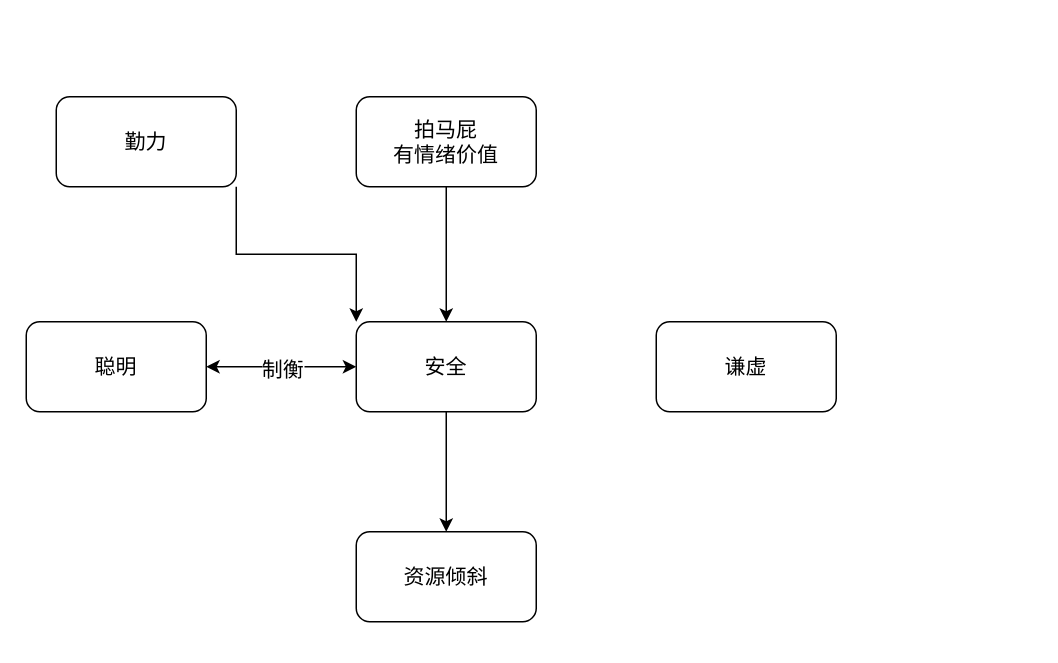
This is page "第 2 页" (2 of 2) of note.drawio from Allen9797/WorkZone, a draw.io file, before an edit. Source tidied: cells renumbered, new cells numbered last; positions are measured from the earlier drawing's top-left corner, leaving out a move shared by most shapes. Both pictures are drawn from the tidied source at 150%, with x=0, y=0 at pixel (26, 96).
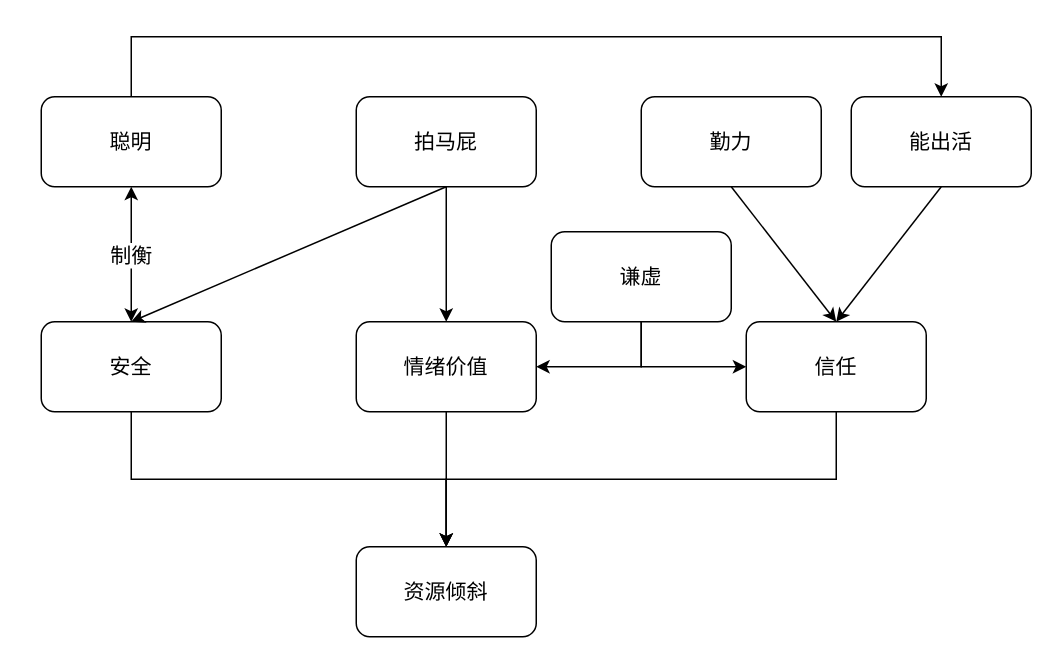
The same diagram, later.

Diff of the diagram source:
```diff
@@
-    <mxCell id="2" style="edgeStyle=orthogonalEdgeStyle;rounded=0;jettySize=auto;html=1;exitX=1;exitY=1;exitDx=0;exitDy=0;entryX=0;entryY=0;entryDx=0;entryDy=0;fontSize=14;" parent="1" edge="1" source="3" target="8">
-      <mxGeometry relative="1" as="geometry" />
-    </mxCell>
+    <mxCell id="13" style="rounded=0;jettySize=auto;html=1;exitX=0.5;exitY=1;exitDx=0;exitDy=0;entryX=0.5;entryY=0;entryDx=0;entryDy=0;" parent="1" edge="1" source="3" target="23">
+      <mxGeometry relative="1" as="geometry" />
+    </mxCell>
     <mxCell id="3" value="勤力" style="rounded=1;whiteSpace=wrap;html=1;fontSize=14;" parent="1" vertex="1">
-      <mxGeometry x="20" width="120" height="60" as="geometry" />
+      <mxGeometry x="410" width="120" height="60" as="geometry" />
     </mxCell>
-    <mxCell id="4" style="edgeStyle=orthogonalEdgeStyle;rounded=0;jettySize=auto;html=1;exitX=1;exitY=0.5;exitDx=0;exitDy=0;entryX=0;entryY=0.5;entryDx=0;entryDy=0;startArrow=classic;startFill=1;fontSize=14;" parent="1" edge="1" source="6" target="8">
+    <mxCell id="4" style="edgeStyle=orthogonalEdgeStyle;rounded=0;jettySize=auto;html=1;exitX=0.5;exitY=1;exitDx=0;exitDy=0;entryX=0.5;entryY=0;entryDx=0;entryDy=0;startArrow=classic;startFill=1;fontSize=14;" parent="1" edge="1" source="6" target="8">
       <mxGeometry relative="1" as="geometry" />
     </mxCell>
@@
+    <mxCell id="14" style="edgeStyle=orthogonalEdgeStyle;rounded=0;jettySize=auto;html=1;exitX=0.5;exitY=0;exitDx=0;exitDy=0;entryX=0.5;entryY=0;entryDx=0;entryDy=0;" parent="1" edge="1" source="6" target="21">
+      <mxGeometry relative="1" as="geometry">
+        <Array as="points">
+          <mxPoint x="70" y="-40" />
+          <mxPoint x="610" y="-40" />
+        </Array>
+      </mxGeometry>
+    </mxCell>
     <mxCell id="6" value="聪明" style="rounded=1;whiteSpace=wrap;html=1;fontSize=14;" parent="1" vertex="1">
-      <mxGeometry y="150" width="120" height="60" as="geometry" />
+      <mxGeometry x="10" width="120" height="60" as="geometry" />
     </mxCell>
@@
     <mxCell id="8" value="安全" style="rounded=1;whiteSpace=wrap;html=1;fontSize=14;" parent="1" vertex="1">
-      <mxGeometry x="220" y="150" width="120" height="60" as="geometry" />
+      <mxGeometry x="10" y="150" width="120" height="60" as="geometry" />
     </mxCell>
-    <mxCell id="9" style="edgeStyle=orthogonalEdgeStyle;rounded=0;jettySize=auto;html=1;exitX=0.5;exitY=1;exitDx=0;exitDy=0;entryX=0.5;entryY=0;entryDx=0;entryDy=0;fontSize=14;" parent="1" edge="1" source="10" target="8">
+    <mxCell id="9" style="edgeStyle=orthogonalEdgeStyle;rounded=0;jettySize=auto;html=1;exitX=0.5;exitY=1;exitDx=0;exitDy=0;fontSize=14;entryX=0.5;entryY=0;entryDx=0;entryDy=0;" parent="1" edge="1" source="10" target="19">
       <mxGeometry relative="1" as="geometry" />
     </mxCell>
+    <mxCell id="15" style="rounded=0;jettySize=auto;html=1;exitX=0.5;exitY=1;exitDx=0;exitDy=0;entryX=0.5;entryY=0;entryDx=0;entryDy=0;" parent="1" edge="1" source="10" target="8">
+      <mxGeometry relative="1" as="geometry" />
+    </mxCell>
-    <mxCell id="10" value="拍马屁&lt;br style=&quot;font-size: 14px;&quot;&gt;有情绪价值" style="rounded=1;whiteSpace=wrap;html=1;fontSize=14;" parent="1" vertex="1">
+    <mxCell id="10" value="拍马屁" style="rounded=1;whiteSpace=wrap;html=1;fontSize=14;" parent="1" vertex="1">
       <mxGeometry x="220" width="120" height="60" as="geometry" />
     </mxCell>
+    <mxCell id="16" style="edgeStyle=orthogonalEdgeStyle;rounded=0;jettySize=auto;html=1;exitX=0.5;exitY=1;exitDx=0;exitDy=0;entryX=1;entryY=0.5;entryDx=0;entryDy=0;" parent="1" edge="1" source="11" target="19">
+      <mxGeometry relative="1" as="geometry" />
+    </mxCell>
+    <mxCell id="17" style="edgeStyle=orthogonalEdgeStyle;rounded=0;jettySize=auto;html=1;exitX=0.5;exitY=1;exitDx=0;exitDy=0;entryX=0;entryY=0.5;entryDx=0;entryDy=0;" parent="1" edge="1" source="11" target="23">
+      <mxGeometry relative="1" as="geometry" />
+    </mxCell>
     <mxCell id="11" value="谦虚" style="rounded=1;whiteSpace=wrap;html=1;fontSize=14;" parent="1" vertex="1">
-      <mxGeometry x="420" y="150" width="120" height="60" as="geometry" />
+      <mxGeometry x="350" y="90" width="120" height="60" as="geometry" />
     </mxCell>
     <mxCell id="12" value="资源倾斜" style="rounded=1;whiteSpace=wrap;html=1;fontSize=14;" parent="1" vertex="1">
-      <mxGeometry x="220" y="290" width="120" height="60" as="geometry" />
+      <mxGeometry x="220" y="300" width="120" height="60" as="geometry" />
     </mxCell>
+    <mxCell id="18" style="edgeStyle=orthogonalEdgeStyle;rounded=0;jettySize=auto;html=1;exitX=0.5;exitY=1;exitDx=0;exitDy=0;entryX=0.5;entryY=0;entryDx=0;entryDy=0;" parent="1" edge="1" source="19" target="12">
+      <mxGeometry relative="1" as="geometry" />
+    </mxCell>
+    <mxCell id="19" value="情绪价值" style="rounded=1;whiteSpace=wrap;html=1;fontSize=14;" parent="1" vertex="1">
+      <mxGeometry x="220" y="150" width="120" height="60" as="geometry" />
+    </mxCell>
+    <mxCell id="20" style="rounded=0;jettySize=auto;html=1;exitX=0.5;exitY=1;exitDx=0;exitDy=0;entryX=0.5;entryY=0;entryDx=0;entryDy=0;" parent="1" edge="1" source="21" target="23">
+      <mxGeometry relative="1" as="geometry" />
+    </mxCell>
+    <mxCell id="21" value="能出活" style="rounded=1;whiteSpace=wrap;html=1;fontSize=14;" parent="1" vertex="1">
+      <mxGeometry x="550" width="120" height="60" as="geometry" />
+    </mxCell>
+    <mxCell id="22" style="edgeStyle=orthogonalEdgeStyle;rounded=0;jettySize=auto;html=1;exitX=0.5;exitY=1;exitDx=0;exitDy=0;entryX=0.5;entryY=0;entryDx=0;entryDy=0;" parent="1" edge="1" source="23" target="12">
+      <mxGeometry relative="1" as="geometry" />
+    </mxCell>
+    <mxCell id="23" value="信任" style="rounded=1;whiteSpace=wrap;html=1;fontSize=14;" parent="1" vertex="1">
+      <mxGeometry x="480" y="150" width="120" height="60" as="geometry" />
+    </mxCell>
```
